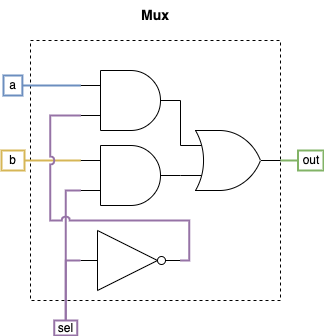
Earlier version of the draw.io export course1/project1/diagrams/mux.png (pwbrown/nand2tetris). Source tidied: cells renumbered, new cells last; positions are measured from the earlier drawing's top-left corner, leaving out a move shared by most shapes. The source it was exported from:
```xml
<mxGraphModel>
  <root>
    <mxCell id="0" />
    <mxCell id="1" parent="0" />
    <mxCell id="2" value="&lt;font style=&quot;font-size: 14px;&quot;&gt;&lt;b&gt;Mux&lt;/b&gt;&lt;/font&gt;" style="text;html=1;align=center;verticalAlign=middle;whiteSpace=wrap;rounded=0;" parent="1" vertex="1">
      <mxGeometry x="124" width="60" height="30" as="geometry" />
    </mxCell>
    <mxCell id="3" style="rounded=0;whiteSpace=wrap;html=1;dashed=1;" parent="1" vertex="1">
      <mxGeometry x="29" y="40" width="250" height="260" as="geometry" />
    </mxCell>
    <mxCell id="4" value="out" style="text;html=1;align=center;verticalAlign=middle;whiteSpace=wrap;rounded=0;fillColor=none;strokeColor=#82b366;strokeWidth=2;" parent="1" vertex="1">
      <mxGeometry x="296.5" y="150" width="25.5" height="20" as="geometry" />
    </mxCell>
    <mxCell id="5" value="b" style="text;html=1;align=center;verticalAlign=middle;whiteSpace=wrap;rounded=0;fillColor=none;strokeColor=#d6b656;strokeWidth=2;" parent="1" vertex="1">
      <mxGeometry y="150" width="23" height="20" as="geometry" />
    </mxCell>
    <mxCell id="6" value="a" style="text;html=1;align=center;verticalAlign=middle;whiteSpace=wrap;rounded=0;fillColor=none;strokeColor=#6c8ebf;strokeWidth=2;" parent="1" vertex="1">
      <mxGeometry x="2" y="75" width="18.9" height="20" as="geometry" />
    </mxCell>
    <mxCell id="7" value="sel" style="text;html=1;align=center;verticalAlign=middle;whiteSpace=wrap;rounded=0;fillColor=none;strokeColor=#9673a6;strokeWidth=2;" parent="1" vertex="1">
      <mxGeometry x="52.8" y="320" width="23" height="15" as="geometry" />
    </mxCell>
    <mxCell id="8" style="verticalLabelPosition=bottom;shadow=0;dashed=0;align=center;html=1;verticalAlign=top;shape=mxgraph.electrical.logic_gates.inverter_2;fontFamily=Helvetica;fontSize=11;fontColor=default;labelBackgroundColor=default;" parent="1" vertex="1">
      <mxGeometry x="79" y="230" width="100" height="60" as="geometry" />
    </mxCell>
    <mxCell id="9" style="edgeStyle=orthogonalEdgeStyle;shape=connector;rounded=0;jettySize=auto;html=1;exitX=0.5;exitY=0;exitDx=0;exitDy=0;entryX=0;entryY=0.5;entryDx=0;entryDy=0;entryPerimeter=0;strokeColor=#9673a6;align=center;verticalAlign=middle;fontFamily=Helvetica;fontSize=11;fontColor=default;labelBackgroundColor=default;startFill=0;endArrow=none;fillColor=#e1d5e7;strokeWidth=2;" parent="1" edge="1" source="7" target="8">
      <mxGeometry relative="1" as="geometry">
        <Array as="points">
          <mxPoint x="64" y="260" />
        </Array>
      </mxGeometry>
    </mxCell>
    <mxCell id="10" style="verticalLabelPosition=bottom;shadow=0;dashed=0;align=center;html=1;verticalAlign=top;shape=mxgraph.electrical.logic_gates.logic_gate;operation=and;fontFamily=Helvetica;fontSize=11;fontColor=default;labelBackgroundColor=default;" parent="1" vertex="1">
      <mxGeometry x="79" y="70" width="100" height="60" as="geometry" />
    </mxCell>
    <mxCell id="11" style="verticalLabelPosition=bottom;shadow=0;dashed=0;align=center;html=1;verticalAlign=top;shape=mxgraph.electrical.logic_gates.logic_gate;operation=and;fontFamily=Helvetica;fontSize=11;fontColor=default;labelBackgroundColor=default;" parent="1" vertex="1">
      <mxGeometry x="79" y="145" width="100" height="60" as="geometry" />
    </mxCell>
    <mxCell id="12" style="edgeStyle=orthogonalEdgeStyle;shape=connector;rounded=0;jettySize=auto;html=1;exitX=1;exitY=0.5;exitDx=0;exitDy=0;entryX=0;entryY=0.25;entryDx=0;entryDy=0;entryPerimeter=0;strokeColor=#6c8ebf;align=center;verticalAlign=middle;fontFamily=Helvetica;fontSize=11;fontColor=default;labelBackgroundColor=default;startFill=0;endArrow=none;fillColor=#dae8fc;strokeWidth=2;" parent="1" edge="1" source="6" target="10">
      <mxGeometry relative="1" as="geometry" />
    </mxCell>
    <mxCell id="13" style="edgeStyle=orthogonalEdgeStyle;shape=connector;rounded=0;jettySize=auto;html=1;exitX=0.5;exitY=0;exitDx=0;exitDy=0;entryX=0;entryY=0.75;entryDx=0;entryDy=0;entryPerimeter=0;strokeColor=#9673a6;align=center;verticalAlign=middle;fontFamily=Helvetica;fontSize=11;fontColor=default;labelBackgroundColor=default;startFill=0;endArrow=none;jumpStyle=none;fillColor=#e1d5e7;strokeWidth=2;" parent="1" edge="1" source="7" target="11">
      <mxGeometry relative="1" as="geometry">
        <Array as="points">
          <mxPoint x="64" y="190" />
        </Array>
      </mxGeometry>
    </mxCell>
    <mxCell id="14" style="edgeStyle=orthogonalEdgeStyle;shape=connector;rounded=0;jettySize=auto;html=1;exitX=1;exitY=0.5;exitDx=0;exitDy=0;entryX=0;entryY=0.25;entryDx=0;entryDy=0;entryPerimeter=0;strokeColor=#d6b656;align=center;verticalAlign=middle;fontFamily=Helvetica;fontSize=11;fontColor=default;labelBackgroundColor=default;startFill=0;endArrow=none;fillColor=#fff2cc;strokeWidth=2;" parent="1" edge="1" source="5" target="11">
      <mxGeometry relative="1" as="geometry" />
    </mxCell>
    <mxCell id="15" style="edgeStyle=orthogonalEdgeStyle;shape=connector;rounded=0;jettySize=auto;html=1;exitX=1;exitY=0.5;exitDx=0;exitDy=0;exitPerimeter=0;entryX=0;entryY=0.5;entryDx=0;entryDy=0;strokeColor=#82b366;align=center;verticalAlign=middle;fontFamily=Helvetica;fontSize=11;fontColor=default;labelBackgroundColor=default;startFill=0;endArrow=none;fillColor=#d5e8d4;strokeWidth=2;" parent="1" edge="1" source="16" target="4">
      <mxGeometry relative="1" as="geometry" />
    </mxCell>
    <mxCell id="16" style="verticalLabelPosition=bottom;shadow=0;dashed=0;align=center;html=1;verticalAlign=top;shape=mxgraph.electrical.logic_gates.logic_gate;operation=or;fontFamily=Helvetica;fontSize=11;fontColor=default;labelBackgroundColor=default;" parent="1" vertex="1">
      <mxGeometry x="179" y="130" width="100" height="60" as="geometry" />
    </mxCell>
    <mxCell id="17" style="edgeStyle=orthogonalEdgeStyle;shape=connector;rounded=0;jettySize=auto;html=1;exitX=1;exitY=0.5;exitDx=0;exitDy=0;exitPerimeter=0;entryX=0;entryY=0.25;entryDx=0;entryDy=0;entryPerimeter=0;strokeColor=default;align=center;verticalAlign=middle;fontFamily=Helvetica;fontSize=11;fontColor=default;labelBackgroundColor=default;startFill=0;endArrow=none;" parent="1" edge="1" source="10" target="16">
      <mxGeometry relative="1" as="geometry">
        <Array as="points">
          <mxPoint x="179" y="145" />
        </Array>
      </mxGeometry>
    </mxCell>
    <mxCell id="18" style="edgeStyle=orthogonalEdgeStyle;shape=connector;rounded=0;jettySize=auto;html=1;exitX=1;exitY=0.5;exitDx=0;exitDy=0;exitPerimeter=0;entryX=0;entryY=0.75;entryDx=0;entryDy=0;entryPerimeter=0;strokeColor=default;align=center;verticalAlign=middle;fontFamily=Helvetica;fontSize=11;fontColor=default;labelBackgroundColor=default;startFill=0;endArrow=none;" parent="1" edge="1" source="11" target="16">
      <mxGeometry relative="1" as="geometry" />
    </mxCell>
    <mxCell id="19" style="edgeStyle=orthogonalEdgeStyle;shape=connector;rounded=0;jettySize=auto;html=1;exitX=1;exitY=0.5;exitDx=0;exitDy=0;exitPerimeter=0;entryX=0;entryY=0.75;entryDx=0;entryDy=0;entryPerimeter=0;strokeColor=#9673a6;align=center;verticalAlign=middle;fontFamily=Helvetica;fontSize=11;fontColor=default;labelBackgroundColor=default;startFill=0;endArrow=none;jumpStyle=arc;fillColor=#e1d5e7;strokeWidth=2;" parent="1" edge="1" source="8" target="10">
      <mxGeometry relative="1" as="geometry">
        <Array as="points">
          <mxPoint x="187.8" y="260" />
          <mxPoint x="187.8" y="220" />
          <mxPoint x="48.8" y="220" />
          <mxPoint x="48.8" y="115" />
        </Array>
      </mxGeometry>
    </mxCell>
  </root>
</mxGraphModel>
```
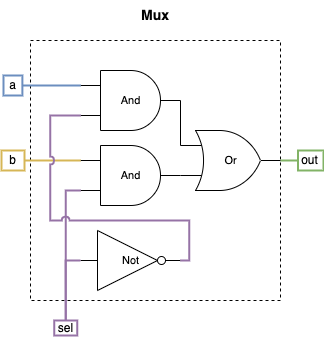
After the commit.

The edit, as a diff of the source:
```diff
@@ -20,7 +20,7 @@
     <mxCell id="7" value="sel" style="text;html=1;align=center;verticalAlign=middle;whiteSpace=wrap;rounded=0;fillColor=none;strokeColor=#9673a6;strokeWidth=2;" parent="1" vertex="1">
       <mxGeometry x="52.8" y="320" width="23" height="15" as="geometry" />
     </mxCell>
-    <mxCell id="8" style="verticalLabelPosition=bottom;shadow=0;dashed=0;align=center;html=1;verticalAlign=top;shape=mxgraph.electrical.logic_gates.inverter_2;fontFamily=Helvetica;fontSize=11;fontColor=default;labelBackgroundColor=default;" parent="1" vertex="1">
+    <mxCell id="8" value="Not" style="verticalLabelPosition=middle;shadow=0;dashed=0;align=center;html=1;verticalAlign=middle;shape=mxgraph.electrical.logic_gates.inverter_2;fontFamily=Helvetica;fontSize=11;fontColor=default;labelBackgroundColor=default;labelPosition=center;" parent="1" vertex="1">
       <mxGeometry x="79" y="230" width="100" height="60" as="geometry" />
     </mxCell>
     <mxCell id="9" style="edgeStyle=orthogonalEdgeStyle;shape=connector;rounded=0;jettySize=auto;html=1;exitX=0.5;exitY=0;exitDx=0;exitDy=0;entryX=0;entryY=0.5;entryDx=0;entryDy=0;entryPerimeter=0;strokeColor=#9673a6;align=center;verticalAlign=middle;fontFamily=Helvetica;fontSize=11;fontColor=default;labelBackgroundColor=default;startFill=0;endArrow=none;fillColor=#e1d5e7;strokeWidth=2;" parent="1" edge="1" source="7" target="8">
@@ -30,10 +30,10 @@
         </Array>
       </mxGeometry>
     </mxCell>
-    <mxCell id="10" style="verticalLabelPosition=bottom;shadow=0;dashed=0;align=center;html=1;verticalAlign=top;shape=mxgraph.electrical.logic_gates.logic_gate;operation=and;fontFamily=Helvetica;fontSize=11;fontColor=default;labelBackgroundColor=default;" parent="1" vertex="1">
+    <mxCell id="10" value="And" style="verticalLabelPosition=middle;shadow=0;dashed=0;align=center;html=1;verticalAlign=middle;shape=mxgraph.electrical.logic_gates.logic_gate;operation=and;fontFamily=Helvetica;fontSize=11;fontColor=default;labelBackgroundColor=default;labelPosition=center;" parent="1" vertex="1">
       <mxGeometry x="79" y="70" width="100" height="60" as="geometry" />
     </mxCell>
-    <mxCell id="11" style="verticalLabelPosition=bottom;shadow=0;dashed=0;align=center;html=1;verticalAlign=top;shape=mxgraph.electrical.logic_gates.logic_gate;operation=and;fontFamily=Helvetica;fontSize=11;fontColor=default;labelBackgroundColor=default;" parent="1" vertex="1">
+    <mxCell id="11" value="And" style="verticalLabelPosition=middle;shadow=0;dashed=0;align=center;html=1;verticalAlign=middle;shape=mxgraph.electrical.logic_gates.logic_gate;operation=and;fontFamily=Helvetica;fontSize=11;fontColor=default;labelBackgroundColor=default;labelPosition=center;" parent="1" vertex="1">
       <mxGeometry x="79" y="145" width="100" height="60" as="geometry" />
     </mxCell>
     <mxCell id="12" style="edgeStyle=orthogonalEdgeStyle;shape=connector;rounded=0;jettySize=auto;html=1;exitX=1;exitY=0.5;exitDx=0;exitDy=0;entryX=0;entryY=0.25;entryDx=0;entryDy=0;entryPerimeter=0;strokeColor=#6c8ebf;align=center;verticalAlign=middle;fontFamily=Helvetica;fontSize=11;fontColor=default;labelBackgroundColor=default;startFill=0;endArrow=none;fillColor=#dae8fc;strokeWidth=2;" parent="1" edge="1" source="6" target="10">
@@ -52,7 +52,7 @@
     <mxCell id="15" style="edgeStyle=orthogonalEdgeStyle;shape=connector;rounded=0;jettySize=auto;html=1;exitX=1;exitY=0.5;exitDx=0;exitDy=0;exitPerimeter=0;entryX=0;entryY=0.5;entryDx=0;entryDy=0;strokeColor=#82b366;align=center;verticalAlign=middle;fontFamily=Helvetica;fontSize=11;fontColor=default;labelBackgroundColor=default;startFill=0;endArrow=none;fillColor=#d5e8d4;strokeWidth=2;" parent="1" edge="1" source="16" target="4">
       <mxGeometry relative="1" as="geometry" />
     </mxCell>
-    <mxCell id="16" style="verticalLabelPosition=bottom;shadow=0;dashed=0;align=center;html=1;verticalAlign=top;shape=mxgraph.electrical.logic_gates.logic_gate;operation=or;fontFamily=Helvetica;fontSize=11;fontColor=default;labelBackgroundColor=default;" parent="1" vertex="1">
+    <mxCell id="16" value="Or" style="verticalLabelPosition=middle;shadow=0;dashed=0;align=center;html=1;verticalAlign=middle;shape=mxgraph.electrical.logic_gates.logic_gate;operation=or;fontFamily=Helvetica;fontSize=11;fontColor=default;labelBackgroundColor=default;labelPosition=center;" parent="1" vertex="1">
       <mxGeometry x="179" y="130" width="100" height="60" as="geometry" />
     </mxCell>
     <mxCell id="17" style="edgeStyle=orthogonalEdgeStyle;shape=connector;rounded=0;jettySize=auto;html=1;exitX=1;exitY=0.5;exitDx=0;exitDy=0;exitPerimeter=0;entryX=0;entryY=0.25;entryDx=0;entryDy=0;entryPerimeter=0;strokeColor=default;align=center;verticalAlign=middle;fontFamily=Helvetica;fontSize=11;fontColor=default;labelBackgroundColor=default;startFill=0;endArrow=none;" parent="1" edge="1" source="10" target="16">
```
